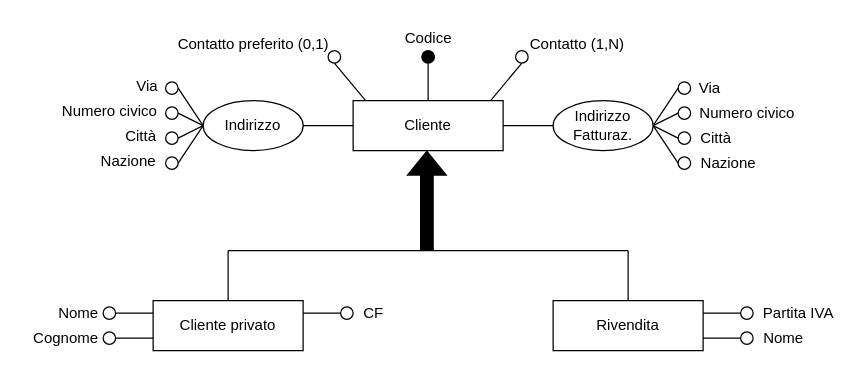
nic-agos/Verde-S.R.L keeps this draw.io diagram as ER-diagrams/ER-Clienti.drawio. Above is the earlier version. Source tidied: cells renumbered, new cells numbered last; positions are measured from the earlier drawing's top-left corner, leaving out a move shared by most shapes. Both pictures are drawn from the tidied source at 125%, with x=0, y=0 at pixel (21, 25).
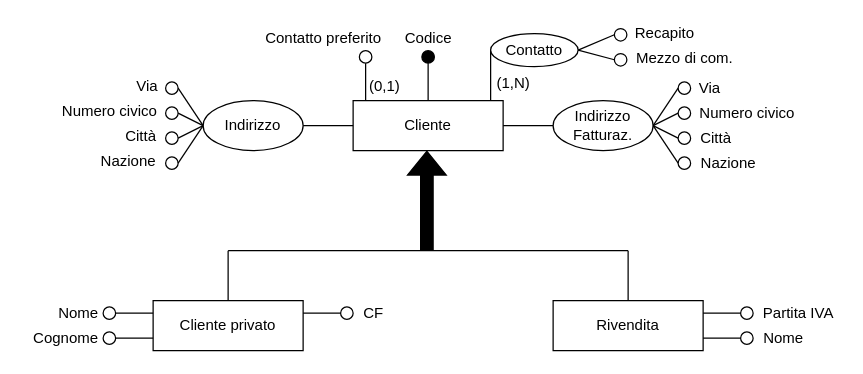
The same diagram, later.

The edit, as a diff of the source:
```diff
@@
-    <mxCell id="6" style="endArrow=none;html=1;rounded=0;fillColor=#000000;entryX=0.166;entryY=0;entryDx=0;entryDy=0;entryPerimeter=0;exitX=0.5;exitY=1;exitDx=0;exitDy=0;" parent="1" edge="1" source="7">
+    <mxCell id="6" style="endArrow=none;html=1;rounded=0;fillColor=#000000;entryX=0.166;entryY=0;entryDx=0;entryDy=0;entryPerimeter=0;exitX=0;exitY=0.5;exitDx=0;exitDy=0;" parent="1" edge="1" source="62">
       <mxGeometry relative="1" as="geometry">
         <mxPoint x="375" y="60" as="targetPoint" />
       </mxGeometry>
     </mxCell>
-    <mxCell id="7" style="ellipse;whiteSpace=wrap;html=1;strokeWidth=1;fillColor=none;" parent="1" vertex="1">
-      <mxGeometry x="395" y="20" width="10" height="10" as="geometry" />
-    </mxCell>
-    <mxCell id="8" value="Contatto (1,N)" style="text;html=1;align=center;verticalAlign=middle;strokeColor=none;fillColor=none;" parent="1" vertex="1">
-      <mxGeometry x="399" y="5" width="90" height="20" as="geometry" />
-    </mxCell>
@@
     <mxCell id="37" style="ellipse;whiteSpace=wrap;html=1;strokeWidth=1;fillColor=none;" parent="1" vertex="1">
-      <mxGeometry x="245" y="20" width="10" height="10" as="geometry" />
+      <mxGeometry x="270" y="20" width="10" height="10" as="geometry" />
     </mxCell>
@@
-    <mxCell id="39" value="Contatto preferito (0,1)" style="text;html=1;align=center;verticalAlign=middle;strokeColor=none;fillColor=none;" parent="1" vertex="1">
-      <mxGeometry x="115" y="5" width="140" height="20" as="geometry" />
+    <mxCell id="39" value="Contatto preferito" style="text;html=1;align=center;verticalAlign=middle;strokeColor=none;fillColor=none;" parent="1" vertex="1">
+      <mxGeometry x="186" width="110" height="20" as="geometry" />
     </mxCell>
@@
+    <mxCell id="61" value="(0,1)" style="text;html=1;align=center;verticalAlign=middle;strokeColor=none;fillColor=none;" parent="1" vertex="1">
+      <mxGeometry x="270" y="39" width="40" height="20" as="geometry" />
+    </mxCell>
+    <mxCell id="62" value="Contatto" style="ellipse;whiteSpace=wrap;html=1;" parent="1" vertex="1">
+      <mxGeometry x="375" y="6.3" width="70" height="26.5" as="geometry" />
+    </mxCell>
+    <mxCell id="63" value="(1,N)" style="text;html=1;align=center;verticalAlign=middle;strokeColor=none;fillColor=none;" parent="1" vertex="1">
+      <mxGeometry x="373" y="36.3" width="40" height="20" as="geometry" />
+    </mxCell>
+    <mxCell id="64" style="ellipse;whiteSpace=wrap;html=1;strokeWidth=1;fillColor=none;" parent="1" vertex="1">
+      <mxGeometry x="474" y="2.3" width="10" height="10" as="geometry" />
+    </mxCell>
+    <mxCell id="65" style="ellipse;whiteSpace=wrap;html=1;strokeWidth=1;fillColor=none;" parent="1" vertex="1">
+      <mxGeometry x="474" y="22.3" width="10" height="10" as="geometry" />
+    </mxCell>
+    <mxCell id="66" style="endArrow=none;html=1;rounded=0;entryX=0;entryY=0.5;entryDx=0;entryDy=0;exitX=1;exitY=0.5;exitDx=0;exitDy=0;" parent="1" edge="1" source="62" target="64">
+      <mxGeometry relative="1" as="geometry" />
+    </mxCell>
+    <mxCell id="67" style="endArrow=none;html=1;rounded=0;entryX=0;entryY=0.5;entryDx=0;entryDy=0;exitX=1;exitY=0.5;exitDx=0;exitDy=0;" parent="1" edge="1" source="62" target="65">
+      <mxGeometry relative="1" as="geometry" />
+    </mxCell>
+    <mxCell id="68" value="Recapito" style="text;html=1;align=center;verticalAlign=middle;strokeColor=none;fillColor=none;" parent="1" vertex="1">
+      <mxGeometry x="484" y="-3.7" width="60" height="20" as="geometry" />
+    </mxCell>
+    <mxCell id="69" value="Mezzo di com." style="text;html=1;align=center;verticalAlign=middle;strokeColor=none;fillColor=none;" parent="1" vertex="1">
+      <mxGeometry x="485" y="16.3" width="90" height="20" as="geometry" />
+    </mxCell>
```
